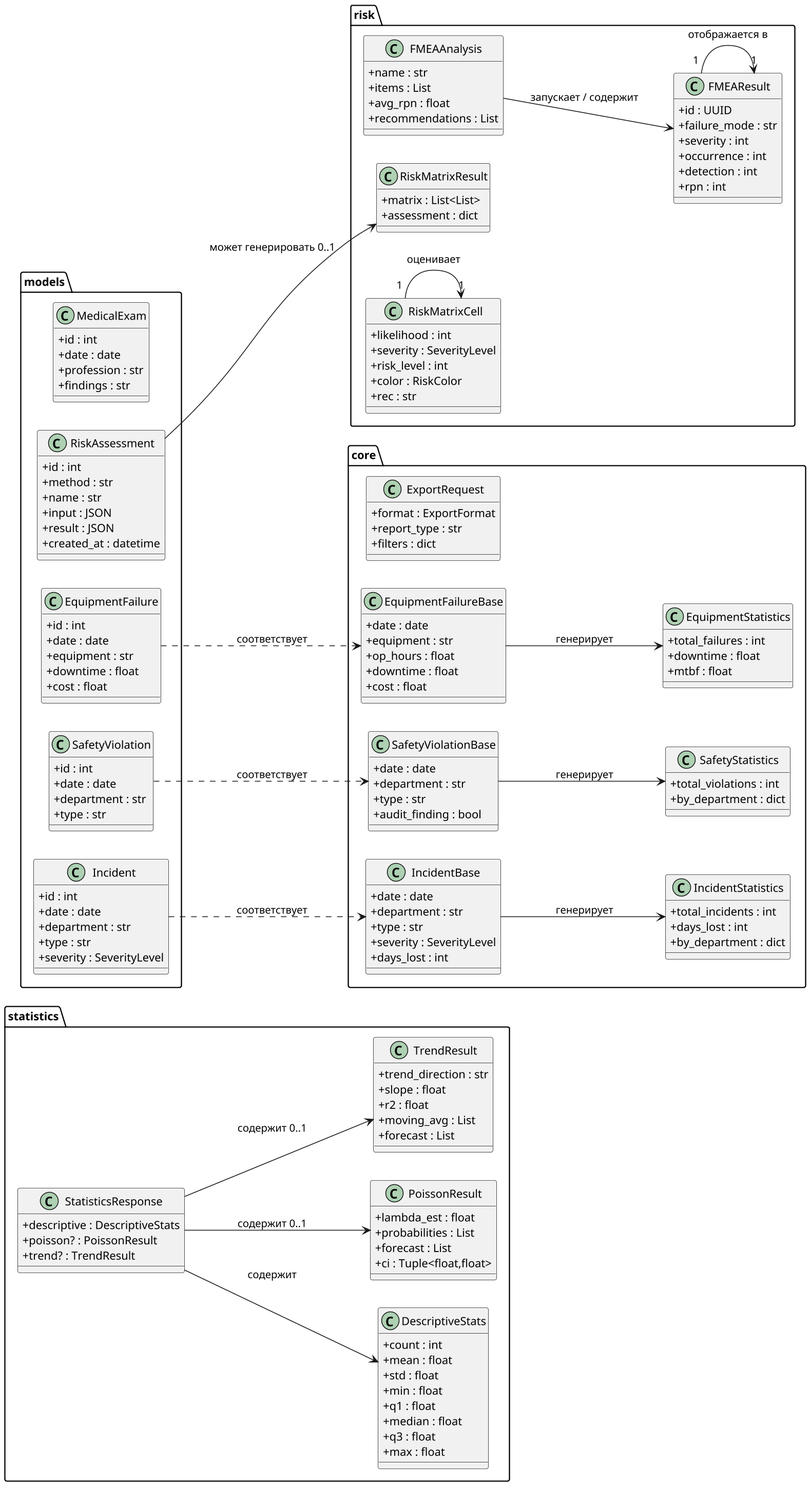
Before: docs/diagrams/class_diagram.png, a diagram exported from PlantUML (Ah3ron/diplom4).
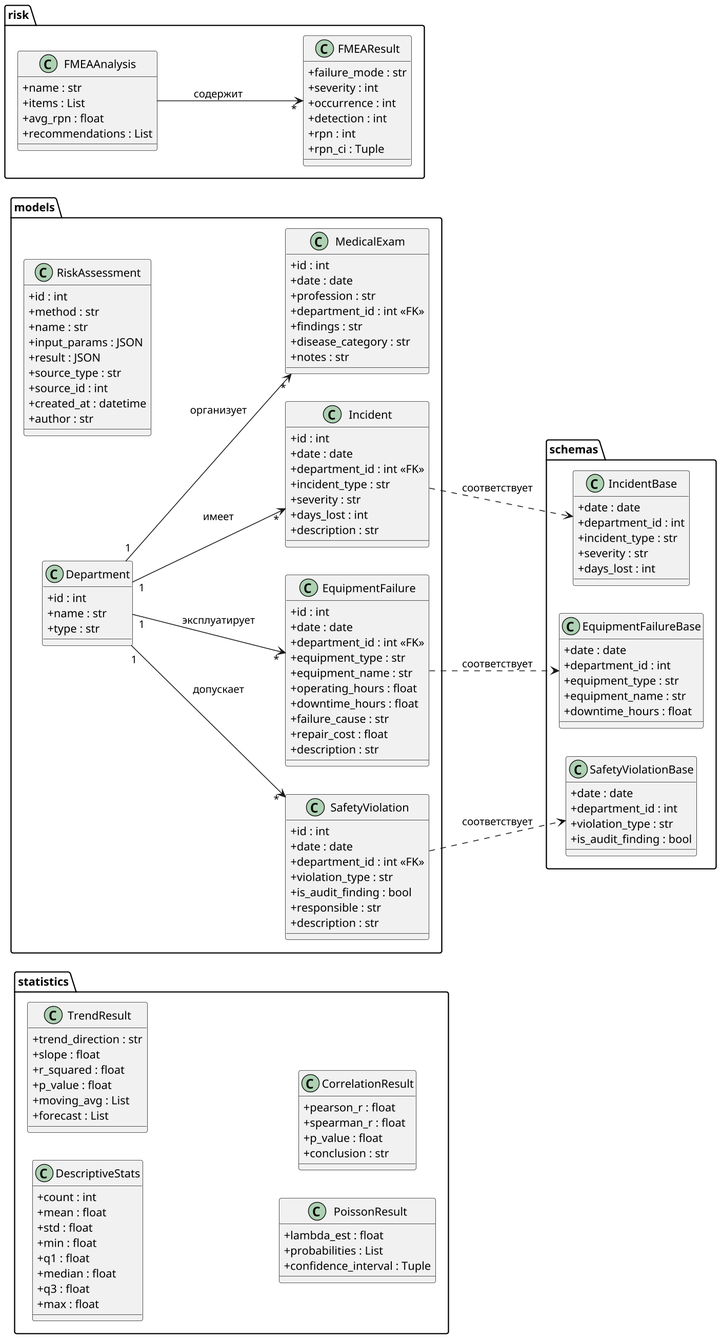
Later version of the same file.

Change to the diagram source:
```diff
@@ -4,159 +4,144 @@
 skinparam dpi 150
 left to right direction
 
-package "statistics" {
-class DescriptiveStats {
-+count : int
-+mean : float
-+std : float
-+min : float
-+q1 : float
-+median : float
-+q3 : float
-+max : float
+package "models" {
+class Department {
+  +id : int
+  +name : str
+  +type : str
 }
-class PoissonResult {
-+lambda_est : float
-+probabilities : List
-+forecast : List
-+ci : Tuple<float,float>
+class Incident {
+  +id : int
+  +date : date
+  +department_id : int <<FK>>
+  +incident_type : str
+  +severity : str
+  +days_lost : int
+  +description : str
 }
-class TrendResult {
-+trend_direction : str
-+slope : float
-+r2 : float
-+moving_avg : List
-+forecast : List
+class EquipmentFailure {
+  +id : int
+  +date : date
+  +department_id : int <<FK>>
+  +equipment_type : str
+  +equipment_name : str
+  +operating_hours : float
+  +downtime_hours : float
+  +failure_cause : str
+  +repair_cost : float
+  +description : str
 }
-class StatisticsResponse {
-+descriptive : DescriptiveStats
-+poisson? : PoissonResult
-+trend? : TrendResult
+class SafetyViolation {
+  +id : int
+  +date : date
+  +department_id : int <<FK>>
+  +violation_type : str
+  +is_audit_finding : bool
+  +responsible : str
+  +description : str
+}
+class MedicalExam {
+  +id : int
+  +date : date
+  +profession : str
+  +department_id : int <<FK>>
+  +findings : str
+  +disease_category : str
+  +notes : str
+}
+class RiskAssessment {
+  +id : int
+  +method : str
+  +name : str
+  +input_params : JSON
+  +result : JSON
+  +source_type : str
+  +source_id : int
+  +created_at : datetime
+  +author : str
 }
 }
 
-package "core" {
+package "schemas" {
 class IncidentBase {
-+date : date
-+department : str
-+type : str
-+severity : SeverityLevel
-+days_lost : int
-}
-class IncidentStatistics {
-+total_incidents : int
-+days_lost : int
-+by_department : dict
+  +date : date
+  +department_id : int
+  +incident_type : str
+  +severity : str
+  +days_lost : int
 }
 class EquipmentFailureBase {
-+date : date
-+equipment : str
-+op_hours : float
-+downtime : float
-+cost : float
-}
-class EquipmentStatistics {
-+total_failures : int
-+downtime : float
-+mtbf : float
+  +date : date
+  +department_id : int
+  +equipment_type : str
+  +equipment_name : str
+  +downtime_hours : float
 }
 class SafetyViolationBase {
-+date : date
-+department : str
-+type : str
-+audit_finding : bool
+  +date : date
+  +department_id : int
+  +violation_type : str
+  +is_audit_finding : bool
 }
-class SafetyStatistics {
-+total_violations : int
-+by_department : dict
 }
-class ExportRequest {
-+format : ExportFormat
-+report_type : str
-+filters : dict
+
+package "statistics" {
+class DescriptiveStats {
+  +count : int
+  +mean : float
+  +std : float
+  +min : float
+  +q1 : float
+  +median : float
+  +q3 : float
+  +max : float
+}
+class TrendResult {
+  +trend_direction : str
+  +slope : float
+  +r_squared : float
+  +p_value : float
+  +moving_avg : List
+  +forecast : List
+}
+class PoissonResult {
+  +lambda_est : float
+  +probabilities : List
+  +confidence_interval : Tuple
+}
+class CorrelationResult {
+  +pearson_r : float
+  +spearman_r : float
+  +p_value : float
+  +conclusion : str
 }
 }
 
 package "risk" {
-class RiskMatrixCell {
-+likelihood : int
-+severity : SeverityLevel
-+risk_level : int
-+color : RiskColor
-+rec : str
-}
-class RiskMatrixResult {
-+matrix : List<List>
-+assessment : dict
-}
 class FMEAResult {
-+id : UUID
-+failure_mode : str
-+severity : int
-+occurrence : int
-+detection : int
-+rpn : int
+  +failure_mode : str
+  +severity : int
+  +occurrence : int
+  +detection : int
+  +rpn : int
+  +rpn_ci : Tuple
 }
 class FMEAAnalysis {
-+name : str
-+items : List
-+avg_rpn : float
-+recommendations : List
+  +name : str
+  +items : List
+  +avg_rpn : float
+  +recommendations : List
 }
 }
 
-package "models" {
-class RiskAssessment {
-+id : int
-+method : str
-+name : str
-+input : JSON
-+result : JSON
-+created_at : datetime
-}
-class EquipmentFailure {
-+id : int
-+date : date
-+equipment : str
-+downtime : float
-+cost : float
-}
-class SafetyViolation {
-+id : int
-+date : date
-+department : str
-+type : str
-}
-class Incident {
-+id : int
-+date : date
-+department : str
-+type : str
-+severity : SeverityLevel
-}
-class MedicalExam {
-+id : int
-+date : date
-+profession : str
-+findings : str
-}
-}
-
-StatisticsResponse --> DescriptiveStats : "содержит"
-StatisticsResponse --> PoissonResult : "содержит 0..1"
-StatisticsResponse --> TrendResult : "содержит 0..1"
-
-IncidentBase --> IncidentStatistics : "генерирует"
-EquipmentFailureBase --> EquipmentStatistics : "генерирует"
-SafetyViolationBase --> SafetyStatistics : "генерирует"
-
-RiskAssessment --> RiskMatrixResult : "может генерировать 0..1"
-FMEAAnalysis --> FMEAResult : "запускает / содержит"
+Department "1" --> "*" Incident : "имеет"
+Department "1" --> "*" EquipmentFailure : "эксплуатирует"
+Department "1" --> "*" SafetyViolation : "допускает"
+Department "1" --> "*" MedicalExam : "организует"
 
 Incident ..> IncidentBase : "соответствует"
 EquipmentFailure ..> EquipmentFailureBase : "соответствует"
 SafetyViolation ..> SafetyViolationBase : "соответствует"
 
-RiskMatrixCell "1" --> "1" RiskMatrixCell : "оценивает"
-FMEAResult "1" --> "1" FMEAResult : "отображается в"
+FMEAAnalysis --> "*" FMEAResult : "содержит"
 @enduml
```
